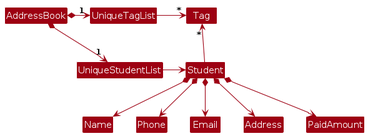
This is diagrams/BetterModelClassDiagram.png from Soumyadip-cmd/tp, a PlantUML export, as it was before one commit. Its source is kept beside it as diagrams/BetterModelClassDiagram.puml.
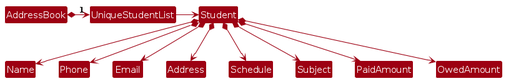
Later version of the same file.

The edit, as a diff of the source:
```diff
@@ -5,18 +5,15 @@
 skinparam classBackgroundColor MODEL_COLOR
 
 AddressBook *-right-> "1" UniqueStudentList
-AddressBook *-right-> "1" UniqueTagList
-UniqueTagList -[hidden]down- UniqueStudentList
-UniqueTagList -[hidden]down- UniqueStudentList
 
-UniqueTagList -right-> "*" Tag
 UniqueStudentList -right-> Student
-
-Student -up-> "*" Tag
 
 Student *--> Name
 Student *--> Phone
 Student *--> Email
 Student *--> Address
+Student *--> Schedule
+Student *--> Subject
 Student *--> PaidAmount
+Student *--> OwedAmount
 @enduml
```
